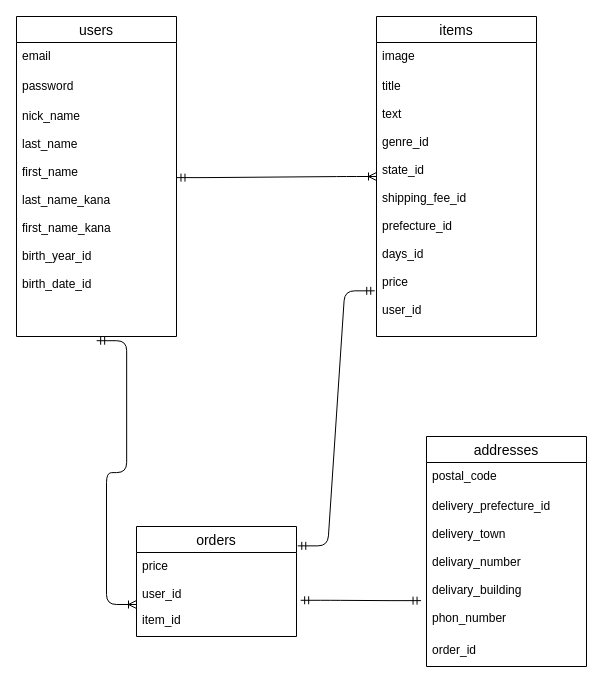
The draw.io diagram ER.dio in wwwyo/furima-31008, before the edit. Source tidied: cells renumbered, new cells numbered last; positions are measured from the earlier drawing's top-left corner, leaving out a move shared by most shapes. Both pictures are drawn from the tidied source at 100%, with x=0, y=0 at pixel (16, 16).
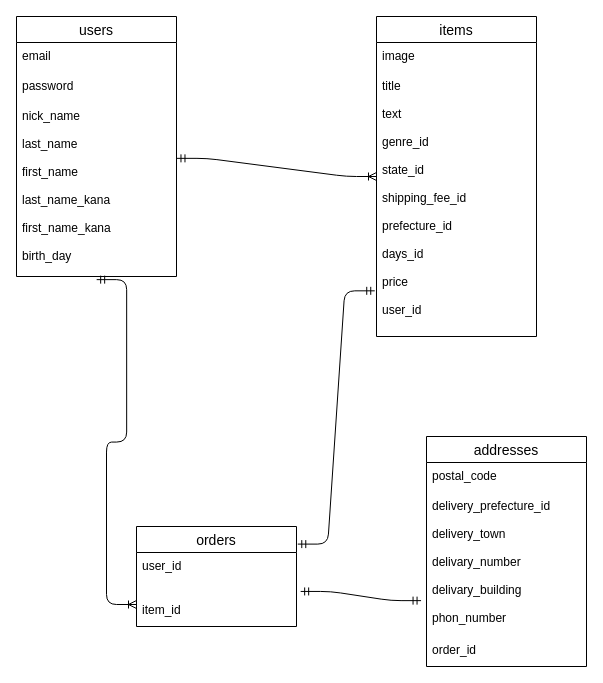
Above is the later version.

Commit message (it also covers changes not shown here):
データベース設計（訂正）

usersテーブルbirh_dayカラムの追加
アソシエーションの見直し

Change to the diagram source:
```diff
@@
     <mxCell id="5" value="users" style="swimlane;fontStyle=0;horizontal=1;startSize=26;align=center;fontSize=14;" parent="1" vertex="1">
-      <mxGeometry width="160" height="320" as="geometry" />
+      <mxGeometry width="160" height="260" as="geometry" />
     </mxCell>
@@
-    <mxCell id="8" value="nick_name&#10;&#10;last_name&#10;&#10;first_name&#10;&#10;last_name_kana&#10;&#10;first_name_kana&#10;&#10;birth_year_id&#10;&#10;birth_date_id&#10;&#10;&#10;&#10;" style="text;strokeColor=none;fillColor=none;spacingLeft=4;spacingRight=4;overflow=hidden;points=[[0,0.5],[1,0.5]];portConstraint=eastwest;fontSize=12;" parent="5" vertex="1">
-      <mxGeometry y="86" width="160" height="234" as="geometry" />
+    <mxCell id="8" value="nick_name&#10;&#10;last_name&#10;&#10;first_name&#10;&#10;last_name_kana&#10;&#10;first_name_kana&#10;&#10;birth_day&#10;&#10;&#10;" style="text;strokeColor=none;fillColor=none;spacingLeft=4;spacingRight=4;overflow=hidden;points=[[0,0.5],[1,0.5]];portConstraint=eastwest;fontSize=12;" parent="5" vertex="1">
+      <mxGeometry y="86" width="160" height="174" as="geometry" />
     </mxCell>
@@
     <mxCell id="11" value="orders" style="swimlane;fontStyle=0;horizontal=1;startSize=26;align=center;fontSize=14;" parent="1" vertex="1">
-      <mxGeometry x="120" y="510" width="160" height="110" as="geometry" />
+      <mxGeometry x="120" y="510" width="160" height="100" as="geometry" />
     </mxCell>
-    <mxCell id="12" value="price&#10;&#10;user_id" style="text;strokeColor=none;fillColor=none;spacingLeft=4;spacingRight=4;overflow=hidden;points=[[0,0.5],[1,0.5]];portConstraint=eastwest;fontSize=12;" parent="11" vertex="1">
-      <mxGeometry y="26" width="160" height="54" as="geometry" />
+    <mxCell id="12" value="user_id" style="text;strokeColor=none;fillColor=none;spacingLeft=4;spacingRight=4;overflow=hidden;points=[[0,0.5],[1,0.5]];portConstraint=eastwest;fontSize=12;" parent="11" vertex="1">
+      <mxGeometry y="26" width="160" height="44" as="geometry" />
     </mxCell>
     <mxCell id="13" value="item_id&#10;" style="text;strokeColor=none;fillColor=none;spacingLeft=4;spacingRight=4;overflow=hidden;fontSize=12;" parent="11" vertex="1">
-      <mxGeometry y="80" width="160" height="30" as="geometry" />
+      <mxGeometry y="70" width="160" height="30" as="geometry" />
     </mxCell>
```
